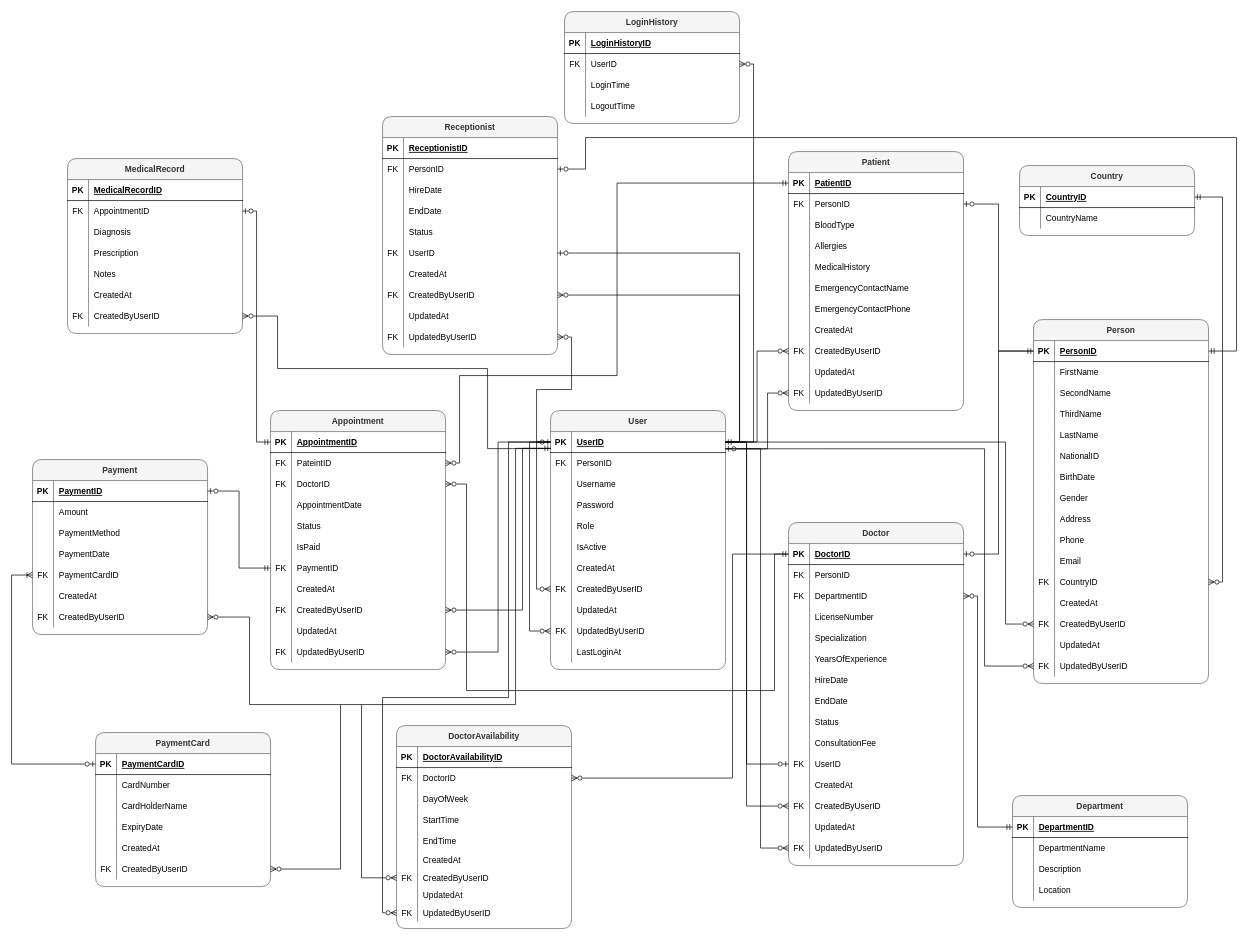
The draw.io diagram Database/Clinic-Management-System ERD.drawio in Avi-1531/dockerdotnet, before the edit. Source tidied: cells renumbered, new cells numbered last; positions are measured from the earlier drawing's top-left corner, leaving out a move shared by most shapes. Both pictures are drawn from the tidied source at 70%, with x=0, y=0 at pixel (11, 11).
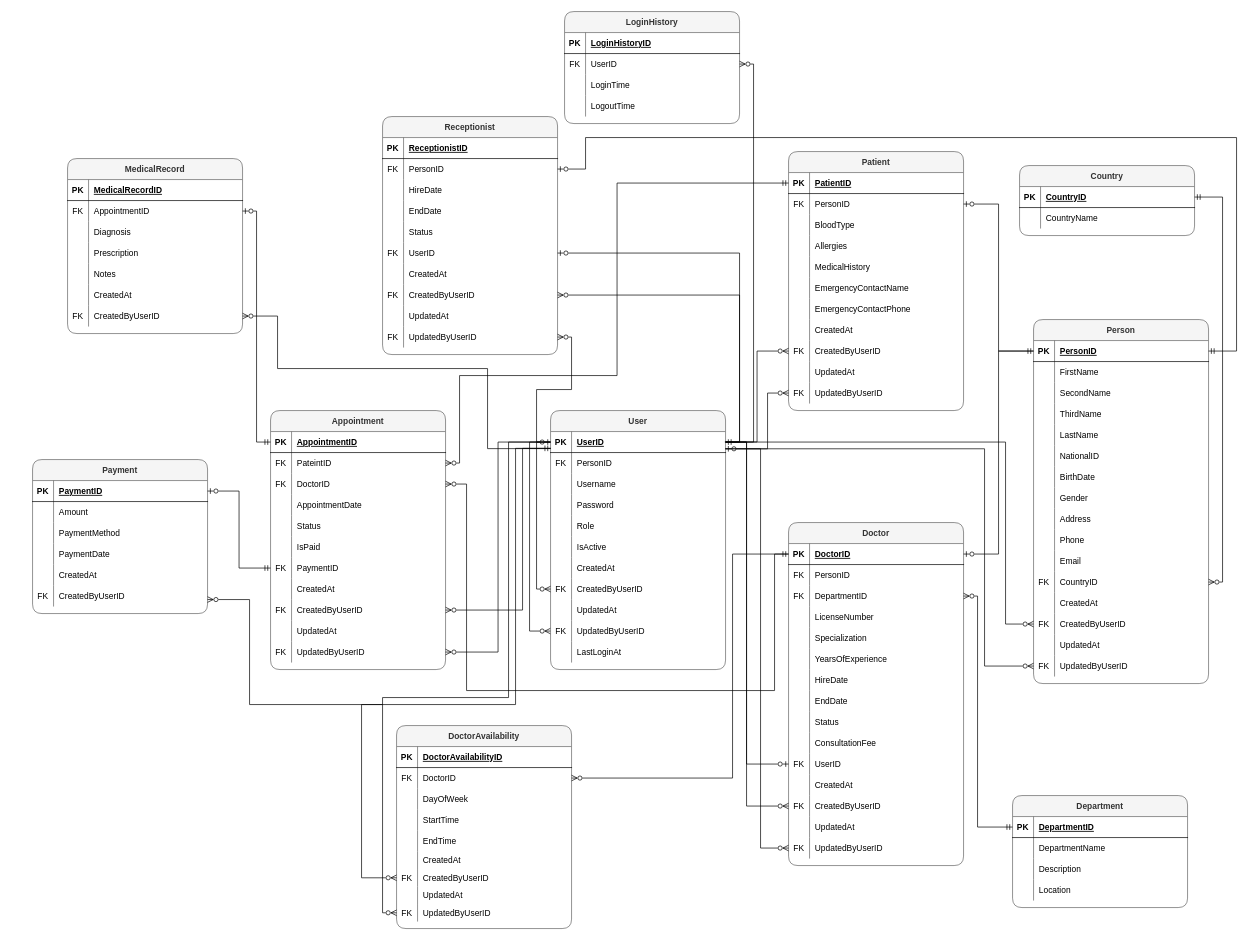
Above is the later version.

Diff of the diagram source:
```diff
@@
     <mxCell id="302" value="Payment" style="shape=table;startSize=30;childLayout=tableLayout;rowLines=0;fontStyle=1;align=center;labelBackgroundColor=none;rounded=1;fillColor=#f5f5f5;fontColor=#333333;strokeColor=#666666;" parent="1" vertex="1">
-      <mxGeometry x="30" y="640" width="250" height="250" as="geometry" />
+      <mxGeometry x="30" y="640" width="250" height="220" as="geometry" />
     </mxCell>
@@
-    <mxCell id="315" style="shape=partialRectangle;fillColor=none;points=[[0,0.5],[1,0.5]];portConstraint=eastwest;top=0;left=0;right=0;bottom=0;labelBackgroundColor=none;rounded=1;" parent="302" vertex="1">
-      <mxGeometry y="150" width="250" height="30" as="geometry" />
-    </mxCell>
-    <mxCell id="316" value="FK" style="shape=partialRectangle;overflow=hidden;fillColor=none;top=0;left=0;bottom=0;right=0;labelBackgroundColor=none;rounded=1;" parent="315" vertex="1">
-      <mxGeometry width="30" height="30" as="geometry" />
-    </mxCell>
-    <mxCell id="317" value="PaymentCardID" style="shape=partialRectangle;overflow=hidden;fillColor=none;top=0;left=0;bottom=0;right=0;align=left;spacingLeft=6;labelBackgroundColor=none;rounded=1;" parent="315" vertex="1">
-      <mxGeometry x="30" width="220" height="30" as="geometry" />
-    </mxCell>
     <mxCell id="318" style="shape=partialRectangle;fillColor=none;top=0;left=0;right=0;bottom=0;labelBackgroundColor=none;rounded=1;" parent="302" vertex="1">
-      <mxGeometry y="180" width="250" height="30" as="geometry" />
+      <mxGeometry y="150" width="250" height="30" as="geometry" />
     </mxCell>
@@
     <mxCell id="321" style="shape=partialRectangle;fillColor=none;points=[[0,0.5],[1,0.5]];portConstraint=eastwest;top=0;left=0;right=0;bottom=0;labelBackgroundColor=none;rounded=1;" parent="302" vertex="1">
-      <mxGeometry y="210" width="250" height="30" as="geometry" />
+      <mxGeometry y="180" width="250" height="30" as="geometry" />
     </mxCell>
@@
-    <mxCell id="324" value="PaymentCard" style="shape=table;startSize=30;childLayout=tableLayout;rowLines=0;fontStyle=1;align=center;labelBackgroundColor=none;rounded=1;fillColor=#f5f5f5;fontColor=#333333;strokeColor=#666666;" parent="1" vertex="1">
-      <mxGeometry x="120" y="1030" width="250" height="220" as="geometry" />
-    </mxCell>
-    <mxCell id="325" style="shape=partialRectangle;fillColor=none;points=[[0,0.5],[1,0.5]];portConstraint=eastwest;top=0;left=0;right=0;bottom=1;labelBackgroundColor=none;rounded=1;" parent="324" vertex="1">
-      <mxGeometry y="30" width="250" height="30" as="geometry" />
-    </mxCell>
-    <mxCell id="326" value="PK" style="shape=partialRectangle;overflow=hidden;fillColor=none;top=0;left=0;bottom=0;right=0;fontStyle=1;labelBackgroundColor=none;rounded=1;" parent="325" vertex="1">
-      <mxGeometry width="30" height="30" as="geometry" />
-    </mxCell>
-    <mxCell id="327" value="PaymentCardID" style="shape=partialRectangle;overflow=hidden;fillColor=none;top=0;left=0;bottom=0;right=0;align=left;spacingLeft=6;fontStyle=5;labelBackgroundColor=none;rounded=1;" parent="325" vertex="1">
-      <mxGeometry x="30" width="220" height="30" as="geometry" />
-    </mxCell>
-    <mxCell id="328" style="shape=partialRectangle;fillColor=none;top=0;left=0;right=0;bottom=0;labelBackgroundColor=none;rounded=1;" parent="324" vertex="1">
-      <mxGeometry y="60" width="250" height="30" as="geometry" />
-    </mxCell>
-    <mxCell id="329" style="shape=partialRectangle;overflow=hidden;fillColor=none;top=0;left=0;bottom=0;right=0;labelBackgroundColor=none;rounded=1;" parent="328" vertex="1">
-      <mxGeometry width="30" height="30" as="geometry" />
-    </mxCell>
-    <mxCell id="330" value="CardNumber" style="shape=partialRectangle;overflow=hidden;fillColor=none;top=0;left=0;bottom=0;right=0;align=left;spacingLeft=6;labelBackgroundColor=none;rounded=1;" parent="328" vertex="1">
-      <mxGeometry x="30" width="220" height="30" as="geometry" />
-    </mxCell>
-    <mxCell id="331" style="shape=partialRectangle;fillColor=none;top=0;left=0;right=0;bottom=0;labelBackgroundColor=none;rounded=1;" parent="324" vertex="1">
-      <mxGeometry y="90" width="250" height="30" as="geometry" />
-    </mxCell>
-    <mxCell id="332" style="shape=partialRectangle;overflow=hidden;fillColor=none;top=0;left=0;bottom=0;right=0;labelBackgroundColor=none;rounded=1;" parent="331" vertex="1">
-      <mxGeometry width="30" height="30" as="geometry" />
-    </mxCell>
-    <mxCell id="333" value="CardHolderName " style="shape=partialRectangle;overflow=hidden;fillColor=none;top=0;left=0;bottom=0;right=0;align=left;spacingLeft=6;labelBackgroundColor=none;rounded=1;" parent="331" vertex="1">
-      <mxGeometry x="30" width="220" height="30" as="geometry" />
-    </mxCell>
-    <mxCell id="334" style="shape=partialRectangle;fillColor=none;top=0;left=0;right=0;bottom=0;labelBackgroundColor=none;rounded=1;" parent="324" vertex="1">
-      <mxGeometry y="120" width="250" height="30" as="geometry" />
-    </mxCell>
-    <mxCell id="335" style="shape=partialRectangle;overflow=hidden;fillColor=none;top=0;left=0;bottom=0;right=0;labelBackgroundColor=none;rounded=1;" parent="334" vertex="1">
-      <mxGeometry width="30" height="30" as="geometry" />
-    </mxCell>
-    <mxCell id="336" value="ExpiryDate " style="shape=partialRectangle;overflow=hidden;fillColor=none;top=0;left=0;bottom=0;right=0;align=left;spacingLeft=6;labelBackgroundColor=none;rounded=1;" parent="334" vertex="1">
-      <mxGeometry x="30" width="220" height="30" as="geometry" />
-    </mxCell>
-    <mxCell id="337" style="shape=partialRectangle;fillColor=none;top=0;left=0;right=0;bottom=0;labelBackgroundColor=none;rounded=1;" parent="324" vertex="1">
-      <mxGeometry y="150" width="250" height="30" as="geometry" />
-    </mxCell>
-    <mxCell id="338" style="shape=partialRectangle;overflow=hidden;fillColor=none;top=0;left=0;bottom=0;right=0;labelBackgroundColor=none;rounded=1;" parent="337" vertex="1">
-      <mxGeometry width="30" height="30" as="geometry" />
-    </mxCell>
-    <mxCell id="339" value="CreatedAt" style="shape=partialRectangle;overflow=hidden;fillColor=none;top=0;left=0;bottom=0;right=0;align=left;spacingLeft=6;labelBackgroundColor=none;rounded=1;" parent="337" vertex="1">
-      <mxGeometry x="30" width="220" height="30" as="geometry" />
-    </mxCell>
-    <mxCell id="340" style="shape=partialRectangle;fillColor=none;points=[[0,0.5],[1,0.5]];portConstraint=eastwest;top=0;left=0;right=0;bottom=0;labelBackgroundColor=none;rounded=1;" parent="324" vertex="1">
-      <mxGeometry y="180" width="250" height="30" as="geometry" />
-    </mxCell>
-    <mxCell id="341" value="FK" style="shape=partialRectangle;overflow=hidden;fillColor=none;top=0;left=0;bottom=0;right=0;labelBackgroundColor=none;rounded=1;" parent="340" vertex="1">
-      <mxGeometry width="30" height="30" as="geometry" />
-    </mxCell>
-    <mxCell id="342" value="CreatedByUserID" style="shape=partialRectangle;overflow=hidden;fillColor=none;top=0;left=0;bottom=0;right=0;align=left;spacingLeft=6;labelBackgroundColor=none;rounded=1;" parent="340" vertex="1">
-      <mxGeometry x="30" width="220" height="30" as="geometry" />
-    </mxCell>
@@
-    <mxCell id="366" style="edgeStyle=orthogonalEdgeStyle;rounded=0;jettySize=auto;html=1;endArrow=none;endFill=0;startArrow=ERzeroToMany;startFill=0;labelBackgroundColor=none;fontColor=default;" parent="1" edge="1" source="340">
-      <mxGeometry relative="1" as="geometry">
-        <mxPoint x="500" y="990" as="targetPoint" />
-        <Array as="points">
-          <mxPoint x="470" y="1225" />
-          <mxPoint x="470" y="990" />
-        </Array>
-      </mxGeometry>
-    </mxCell>
     <mxCell id="367" style="edgeStyle=orthogonalEdgeStyle;rounded=0;jettySize=auto;html=1;endArrow=none;endFill=0;startArrow=ERzeroToMany;startFill=0;labelBackgroundColor=none;fontColor=default;" parent="1" edge="1" source="321">
       <mxGeometry relative="1" as="geometry">
-        <mxPoint x="470" y="990" as="targetPoint" />
+        <mxPoint x="530" y="990" as="targetPoint" />
         <Array as="points">
-          <mxPoint x="340" y="865" />
+          <mxPoint x="340" y="840" />
           <mxPoint x="340" y="990" />
         </Array>
       </mxGeometry>
     </mxCell>
-    <mxCell id="368" style="edgeStyle=orthogonalEdgeStyle;rounded=0;jettySize=auto;html=1;endArrow=ERzeroToOne;endFill=0;startArrow=ERoneToMany;startFill=0;labelBackgroundColor=none;fontColor=default;" parent="1" edge="1" source="315" target="325">
-      <mxGeometry relative="1" as="geometry">
-        <Array as="points">
-          <mxPoint y="805" />
-          <mxPoint y="1075" />
-        </Array>
-      </mxGeometry>
-    </mxCell>
```
